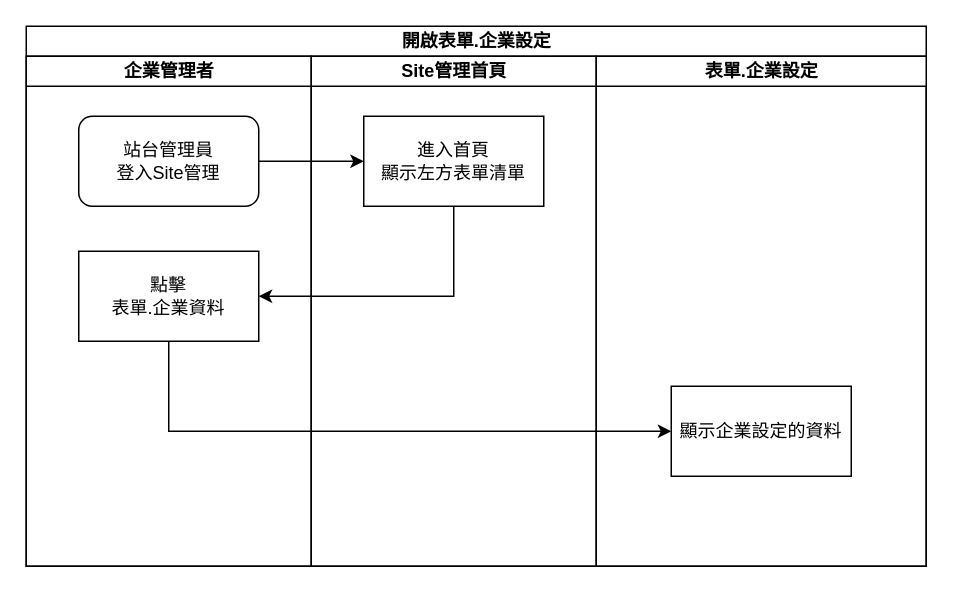
ArcareRD/sadocs keeps this draw.io diagram as page "開啟畫面" (1 of 5) of 8.10.1/RTE/SITE/enterpriseindex/diagram/企業設定.drawio. Above is the earlier version. Source tidied: cells renumbered, new cells numbered last; positions are measured from the earlier drawing's top-left corner, leaving out a move shared by most shapes. Both pictures are drawn from the tidied source at 150%, with x=0, y=0 at pixel (26, 26).
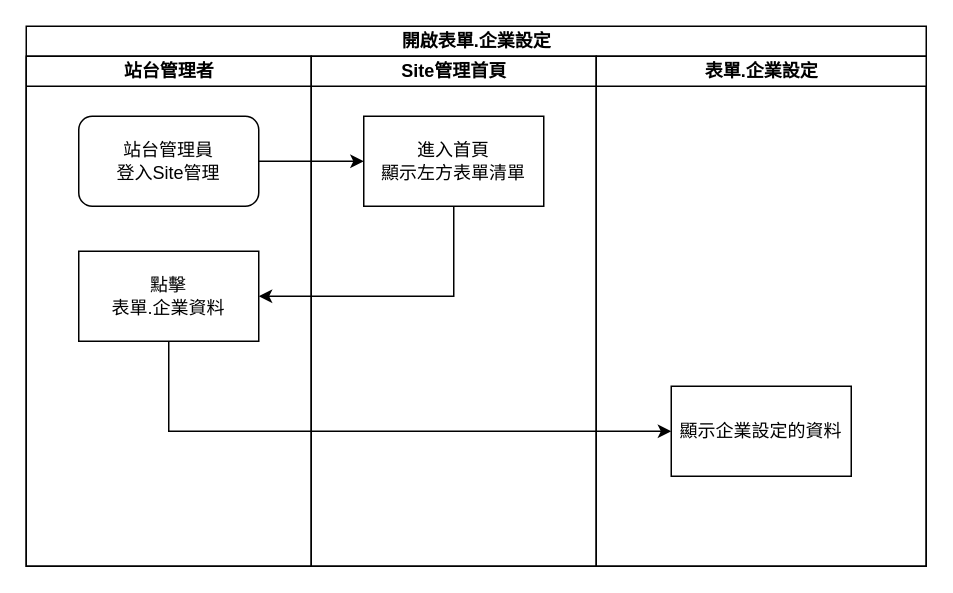
The same page after the edit.

Diff of the diagram source:
```diff
@@
 <mxGraphModel>
   <root>
     <mxCell id="0" />
     <mxCell id="1" parent="0" />
     <mxCell id="2" value="開啟表單.企業設定" style="swimlane;html=1;startSize=20;" parent="1" vertex="1">
       <mxGeometry width="600" height="360" as="geometry" />
     </mxCell>
-    <mxCell id="3" value="企業管理者" style="swimlane;html=1;startSize=20;" parent="2" vertex="1">
+    <mxCell id="3" value="站台管理者" style="swimlane;html=1;startSize=20;" parent="2" vertex="1">
       <mxGeometry y="20" width="190" height="340" as="geometry" />
     </mxCell>
     <mxCell id="4" value="點擊&lt;br&gt;表單.企業資料" style="rounded=0;whiteSpace=wrap;html=1;" parent="3" vertex="1">
       <mxGeometry x="35" y="130" width="120" height="60" as="geometry" />
     </mxCell>
     <mxCell id="5" value="站台管理員&lt;br&gt;登入Site管理" style="rounded=1;whiteSpace=wrap;html=1;" parent="3" vertex="1">
       <mxGeometry x="35" y="40" width="120" height="60" as="geometry" />
     </mxCell>
     <mxCell id="6" value="Site管理首頁" style="swimlane;html=1;startSize=20;" parent="2" vertex="1">
       <mxGeometry x="190" y="20" width="190" height="340" as="geometry" />
     </mxCell>
     <mxCell id="7" value="進入首頁&lt;br&gt;顯示左方表單清單" style="rounded=0;whiteSpace=wrap;html=1;" parent="6" vertex="1">
       <mxGeometry x="35" y="40" width="120" height="60" as="geometry" />
     </mxCell>
     <mxCell id="8" value="表單.企業設定" style="swimlane;html=1;startSize=20;" parent="2" vertex="1">
       <mxGeometry x="380" y="20" width="220" height="340" as="geometry" />
     </mxCell>
     <mxCell id="9" value="顯示企業設定的資料" style="rounded=0;whiteSpace=wrap;html=1;" parent="8" vertex="1">
       <mxGeometry x="50" y="220" width="120" height="60" as="geometry" />
     </mxCell>
     <mxCell id="10" style="edgeStyle=orthogonalEdgeStyle;rounded=0;jettySize=auto;html=1;" parent="2" edge="1" source="5" target="7">
       <mxGeometry relative="1" as="geometry" />
     </mxCell>
     <mxCell id="11" style="edgeStyle=orthogonalEdgeStyle;rounded=0;jettySize=auto;html=1;entryX=1;entryY=0.5;entryDx=0;entryDy=0;exitX=0.5;exitY=1;exitDx=0;exitDy=0;" parent="2" edge="1" source="7" target="4">
       <mxGeometry relative="1" as="geometry" />
     </mxCell>
     <mxCell id="12" style="edgeStyle=orthogonalEdgeStyle;rounded=0;jettySize=auto;html=1;entryX=0;entryY=0.5;entryDx=0;entryDy=0;exitX=0.5;exitY=1;exitDx=0;exitDy=0;" parent="2" edge="1" source="4" target="9">
       <mxGeometry relative="1" as="geometry" />
     </mxCell>
   </root>
 </mxGraphModel>
```
